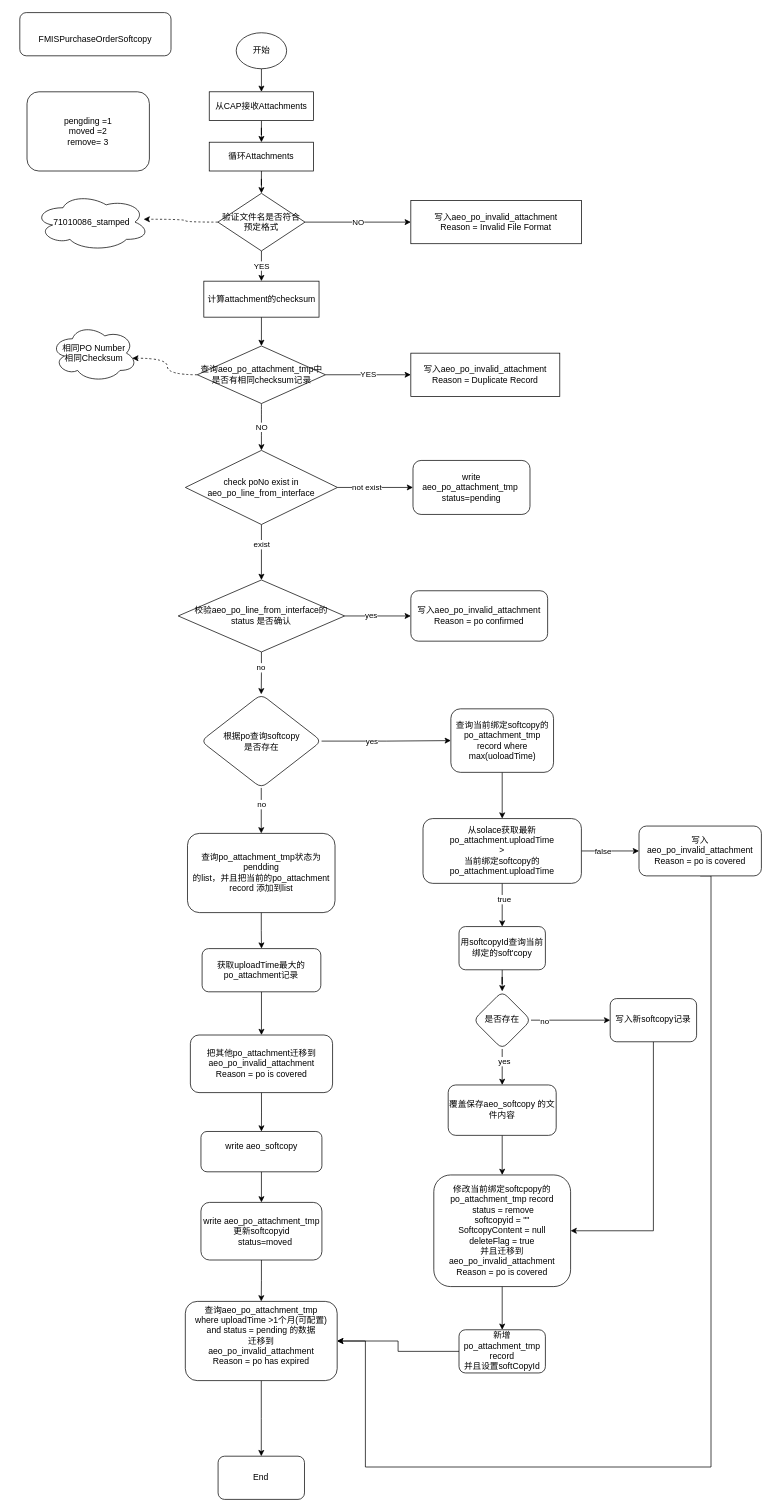
Above: po_atta.drawio in 1119132473/doc (draw.io), before the change. Source tidied: cells renumbered, new cells numbered last; positions are measured from the earlier drawing's top-left corner, leaving out a move shared by most shapes. Both pictures are drawn from the tidied source at 72%, with x=0, y=0 at pixel (19, 12).
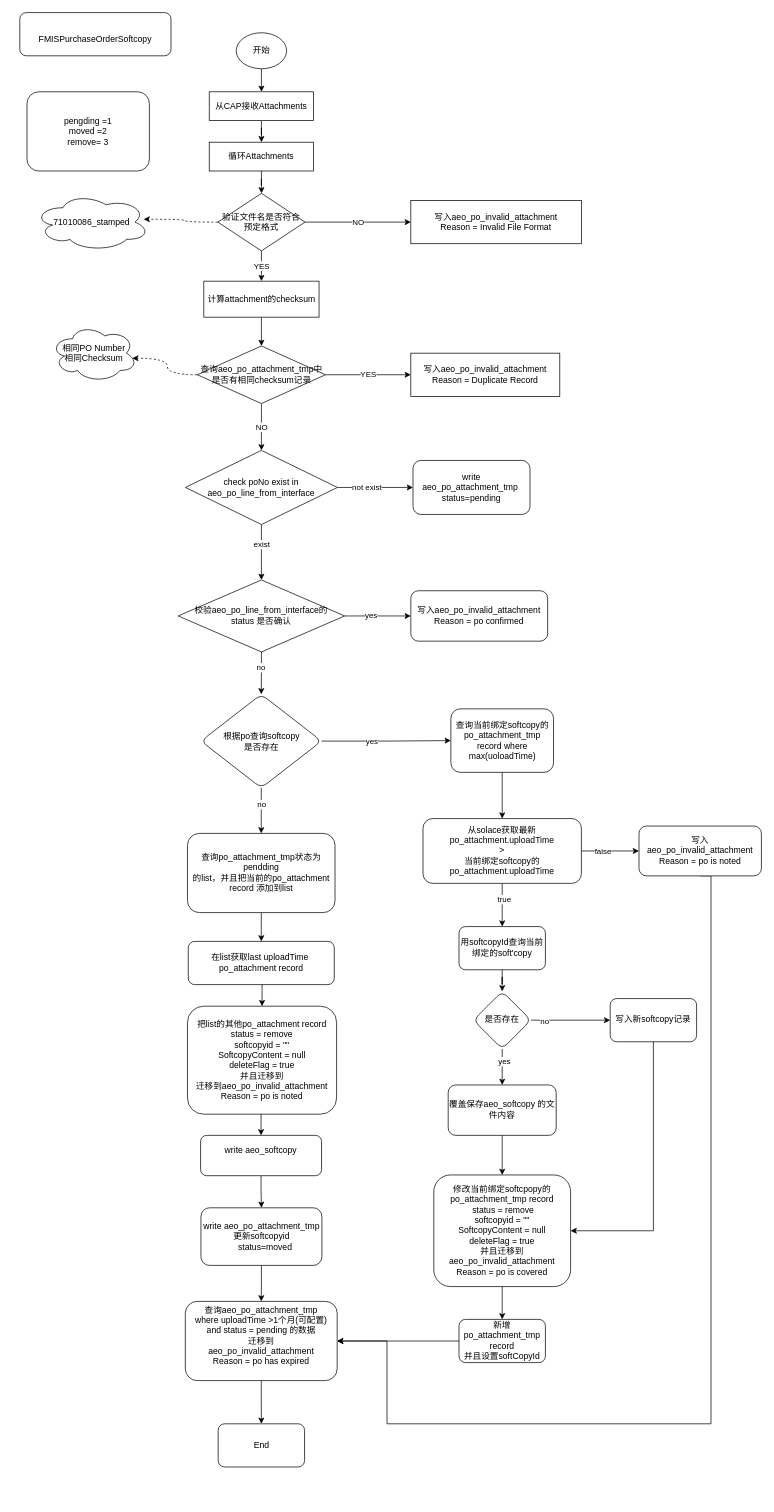
The same page after the edit.

Unchanged cells that the change refers to:
```xml
<mxCell id="38" value="&lt;div&gt;查询aeo_po_attachment_tmp &lt;br&gt;&lt;/div&gt;&lt;div&gt;where uploadTime &amp;gt;1个月(可配置)&lt;/div&gt;&lt;div&gt;and status = pending 的数据&lt;/div&gt;&lt;div&gt;迁移到&lt;/div&gt;&lt;div&gt;aeo_po_invalid_attachment&lt;br&gt;Reason = &lt;span class=&quot;HwtZe&quot; lang=&quot;en&quot;&gt;&lt;span class=&quot;jCAhz ChMk0b&quot;&gt;&lt;span class=&quot;ryNqvb&quot;&gt;po has expired&lt;/span&gt;&lt;/span&gt;&lt;/span&gt;&lt;/div&gt;&lt;div&gt;&lt;br&gt;&lt;/div&gt;" style="rounded=1;whiteSpace=wrap;html=1;" parent="1" vertex="1">
  <mxGeometry x="229.9" y="1790" width="210.9" height="110" as="geometry" />
</mxCell>
```

What changed in the source:
```diff
@@
     <mxCell id="36" value="&lt;div&gt;write aeo_softcopy&lt;/div&gt;&lt;div&gt;&lt;br&gt;&lt;/div&gt;" style="rounded=1;whiteSpace=wrap;html=1;" parent="1" vertex="1">
-      <mxGeometry x="251.6" y="1554" width="168" height="56" as="geometry" />
+      <mxGeometry x="251.1" y="1559.4" width="168" height="56" as="geometry" />
     </mxCell>
@@
-    <mxCell id="40" value="把其他po_attachment迁移到aeo_po_invalid_attachment&lt;br&gt;Reason = &lt;span class=&quot;HwtZe&quot; lang=&quot;en&quot;&gt;&lt;span class=&quot;jCAhz ChMk0b&quot;&gt;&lt;span class=&quot;ryNqvb&quot;&gt;po is covered&lt;/span&gt;&lt;/span&gt;&lt;/span&gt;" style="rounded=1;whiteSpace=wrap;html=1;" parent="1" vertex="1">
-      <mxGeometry x="236.9" y="1420" width="197.5" height="80" as="geometry" />
+    <mxCell id="40" value="&lt;div&gt;把list的其他po_attachment record&lt;/div&gt;&lt;div&gt;status = remove&lt;div&gt;softcopyid = &quot;&quot;&lt;/div&gt;&lt;div&gt;SoftcopyContent = null&lt;/div&gt;&lt;div&gt;deleteFlag = true&lt;/div&gt;&lt;div&gt;并且迁移到&lt;/div&gt;&lt;/div&gt;&lt;div&gt;迁移到aeo_po_invalid_attachment&lt;/div&gt;&lt;div&gt;Reason = &lt;span class=&quot;HwtZe&quot; lang=&quot;en&quot;&gt;&lt;span class=&quot;jCAhz ChMk0b&quot;&gt;&lt;span class=&quot;ryNqvb&quot;&gt;po is noted&lt;/span&gt;&lt;/span&gt;&lt;/span&gt;&lt;/div&gt;" style="rounded=1;whiteSpace=wrap;html=1;" parent="1" vertex="1">
+      <mxGeometry x="232.9" y="1380" width="207.1" height="150" as="geometry" />
     </mxCell>
@@
     <mxCell id="48" value="&lt;div&gt;write aeo_po_attachment_tmp&lt;/div&gt;&lt;div&gt;更新softcopyid &lt;br&gt;&lt;/div&gt;&lt;div&gt;&amp;nbsp;&amp;nbsp; status=moved&lt;/div&gt;" style="rounded=1;whiteSpace=wrap;html=1;" parent="1" vertex="1">
-      <mxGeometry x="251.6" y="1652.5" width="168" height="80" as="geometry" />
+      <mxGeometry x="251.6" y="1660" width="168" height="80" as="geometry" />
     </mxCell>
@@
-    <mxCell id="61" value="获取uploadTime最大的po_attachment记录" style="rounded=1;whiteSpace=wrap;html=1;" parent="1" vertex="1">
-      <mxGeometry x="253.2" y="1300" width="164.9" height="60" as="geometry" />
+    <mxCell id="61" value="在list获取last uploadTime&amp;nbsp; po_attachment record" style="rounded=1;whiteSpace=wrap;html=1;" parent="1" vertex="1">
+      <mxGeometry x="234" y="1290" width="202.8" height="60" as="geometry" />
     </mxCell>
@@
     <mxCell id="72" value="&lt;div&gt;新增po_attachment_tmp record&lt;br&gt;&lt;/div&gt;&lt;div&gt;并且设置softCopyId&lt;/div&gt;" style="rounded=1;whiteSpace=wrap;html=1;" parent="1" vertex="1">
-      <mxGeometry x="610" y="1829.4" width="120" height="60" as="geometry" />
+      <mxGeometry x="610" y="1815" width="120" height="60" as="geometry" />
     </mxCell>
@@
     <mxCell id="75" style="edgeStyle=orthogonalEdgeStyle;rounded=0;jettySize=auto;html=1;exitX=0.5;exitY=1;exitDx=0;exitDy=0;entryX=1;entryY=0.5;entryDx=0;entryDy=0;" parent="1" edge="1" source="76" target="38">
       <mxGeometry relative="1" as="geometry">
         <Array as="points">
           <mxPoint x="960" y="1199" />
-          <mxPoint x="960" y="2020" />
-          <mxPoint x="480" y="2020" />
-          <mxPoint x="480" y="1845" />
+          <mxPoint x="960" y="1960" />
+          <mxPoint x="510" y="1960" />
+          <mxPoint x="510" y="1845" />
         </Array>
       </mxGeometry>
     </mxCell>
-    <mxCell id="76" value="写入aeo_po_invalid_attachment&lt;br&gt;Reason = &lt;span class=&quot;HwtZe&quot; lang=&quot;en&quot;&gt;po is covered&lt;/span&gt;&lt;span class=&quot;HwtZe&quot; lang=&quot;en&quot;&gt;&lt;/span&gt;&lt;span class=&quot;HwtZe&quot; lang=&quot;en&quot;&gt;&lt;/span&gt;&lt;span class=&quot;HwtZe&quot; lang=&quot;en&quot;&gt;&lt;/span&gt; " style="rounded=1;whiteSpace=wrap;html=1;" parent="1" vertex="1">
+    <mxCell id="76" value="写入aeo_po_invalid_attachment&lt;br&gt;Reason = po is noted&lt;span class=&quot;HwtZe&quot; lang=&quot;en&quot;&gt;&lt;/span&gt;&lt;span class=&quot;HwtZe&quot; lang=&quot;en&quot;&gt;&lt;/span&gt;&lt;span class=&quot;HwtZe&quot; lang=&quot;en&quot;&gt;&lt;/span&gt;&lt;span class=&quot;HwtZe&quot; lang=&quot;en&quot;&gt;&lt;/span&gt;&lt;span class=&quot;HwtZe&quot; lang=&quot;en&quot;&gt;&lt;/span&gt; " style="rounded=1;whiteSpace=wrap;html=1;" parent="1" vertex="1">
       <mxGeometry x="860" y="1129.8" width="170" height="69.2" as="geometry" />
     </mxCell>
     <mxCell id="77" value="&lt;div&gt;End&lt;br&gt;&lt;/div&gt;" style="whiteSpace=wrap;html=1;rounded=1;" parent="1" vertex="1">
-      <mxGeometry x="275.4" y="2005" width="120" height="60" as="geometry" />
+      <mxGeometry x="275.5" y="1960" width="120" height="60" as="geometry" />
     </mxCell>
```
